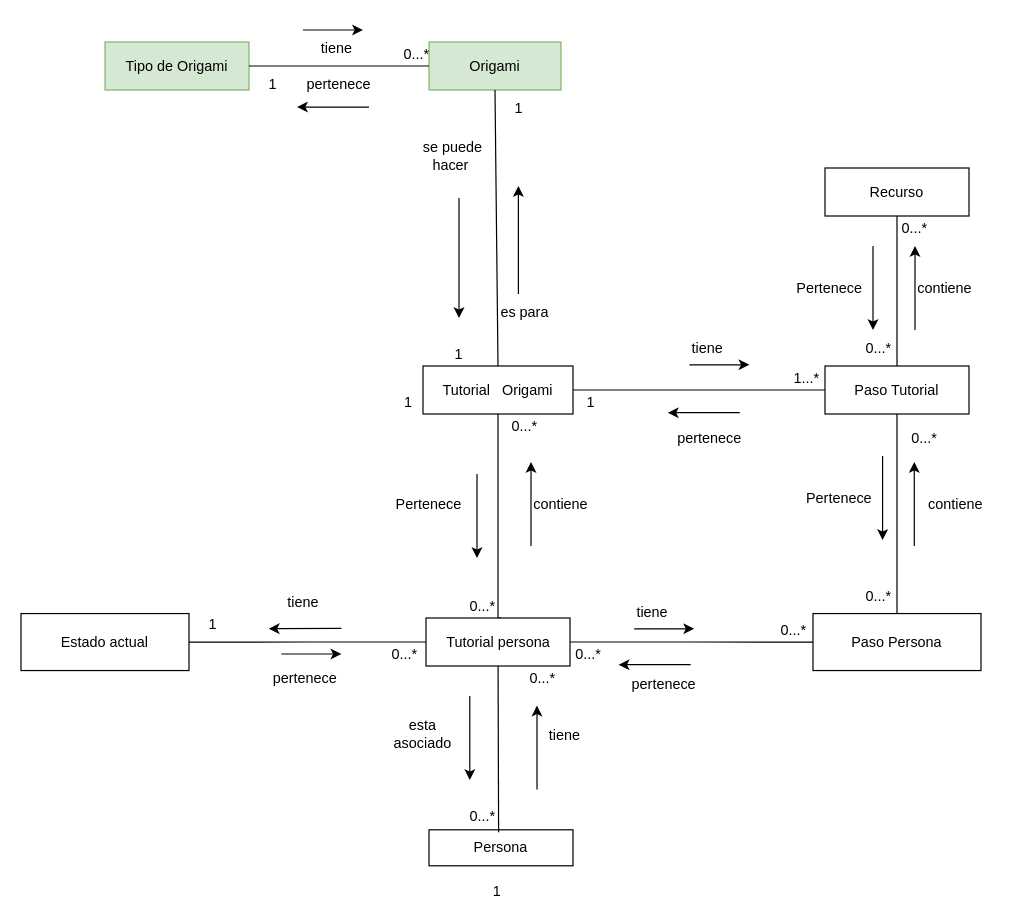
andrescastillo1996/documentacionMundoOrigami keeps this draw.io diagram as ModeloDeDominio3D.drawio. Above is the earlier version. Source tidied: cells renumbered, new cells numbered last; positions are measured from the earlier drawing's top-left corner, leaving out a move shared by most shapes. Both pictures are drawn from the tidied source at 120%, with x=0, y=0 at pixel (20, 30).
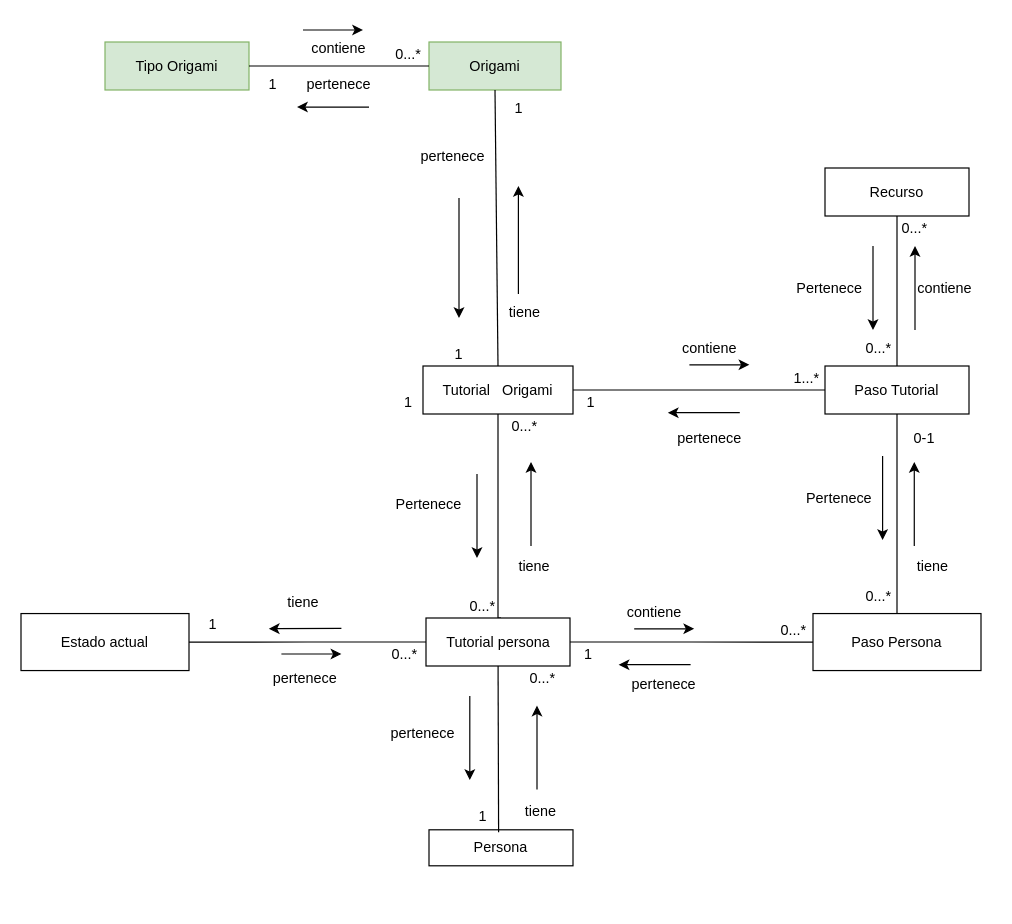
The same diagram, later.

What changed in the source:
```diff
@@
-    <mxCell id="2" value="1" style="text;html=1;strokeColor=none;fillColor=none;align=center;verticalAlign=middle;whiteSpace=wrap;rounded=0;" parent="1" vertex="1">
-      <mxGeometry x="382" y="708" width="30" height="20" as="geometry" />
-    </mxCell>
-    <mxCell id="3" value="Tipo de Origami" style="rounded=0;whiteSpace=wrap;html=1;fillColor=#d5e8d4;strokeColor=#82b366;" parent="1" vertex="1">
+    <mxCell id="3" value="Tipo Origami" style="rounded=0;whiteSpace=wrap;html=1;fillColor=#d5e8d4;strokeColor=#82b366;" parent="1" vertex="1">
       <mxGeometry x="70" y="9.5" width="120" height="40" as="geometry" />
     </mxCell>
@@
-    <mxCell id="15" value="tiene&amp;nbsp;" style="text;html=1;strokeColor=none;fillColor=none;align=center;verticalAlign=middle;whiteSpace=wrap;rounded=0;" parent="1" vertex="1">
+    <mxCell id="15" value="contiene" style="text;html=1;strokeColor=none;fillColor=none;align=center;verticalAlign=middle;whiteSpace=wrap;rounded=0;" parent="1" vertex="1">
       <mxGeometry x="235" y="-0.5" width="60" height="30" as="geometry" />
     </mxCell>
     <mxCell id="16" value="0...*" style="text;html=1;strokeColor=none;fillColor=none;align=center;verticalAlign=middle;whiteSpace=wrap;rounded=0;" parent="1" vertex="1">
-      <mxGeometry x="315" y="9.5" width="30" height="20" as="geometry" />
+      <mxGeometry x="307.5" y="9.5" width="30" height="20" as="geometry" />
     </mxCell>
@@
-    <mxCell id="20" value="es para" style="text;html=1;strokeColor=none;fillColor=none;align=center;verticalAlign=middle;whiteSpace=wrap;rounded=0;" parent="1" vertex="1">
+    <mxCell id="20" value="tiene" style="text;html=1;strokeColor=none;fillColor=none;align=center;verticalAlign=middle;whiteSpace=wrap;rounded=0;" parent="1" vertex="1">
       <mxGeometry x="390" y="219.5" width="60" height="30" as="geometry" />
     </mxCell>
@@
-    <mxCell id="22" value="se puede hacer&amp;nbsp;" style="text;html=1;strokeColor=none;fillColor=none;align=center;verticalAlign=middle;whiteSpace=wrap;rounded=0;" parent="1" vertex="1">
+    <mxCell id="22" value="pertenece" style="text;html=1;strokeColor=none;fillColor=none;align=center;verticalAlign=middle;whiteSpace=wrap;rounded=0;" parent="1" vertex="1">
       <mxGeometry x="330" y="94.5" width="60" height="20" as="geometry" />
     </mxCell>
@@
-    <mxCell id="26" value="esta asociado" style="text;html=1;strokeColor=none;fillColor=none;align=center;verticalAlign=middle;whiteSpace=wrap;rounded=0;" parent="1" vertex="1">
+    <mxCell id="26" value="pertenece" style="text;html=1;strokeColor=none;fillColor=none;align=center;verticalAlign=middle;whiteSpace=wrap;rounded=0;" parent="1" vertex="1">
       <mxGeometry x="305" y="571" width="60" height="30" as="geometry" />
     </mxCell>
     <mxCell id="27" value="tiene&amp;nbsp;" style="text;html=1;strokeColor=none;fillColor=none;align=center;verticalAlign=middle;whiteSpace=wrap;rounded=0;" parent="1" vertex="1">
-      <mxGeometry x="425" y="572.5" width="60" height="30" as="geometry" />
+      <mxGeometry x="405" y="636" width="60" height="30" as="geometry" />
     </mxCell>
@@
-    <mxCell id="38" value="contiene" style="text;html=1;strokeColor=none;fillColor=none;align=center;verticalAlign=middle;whiteSpace=wrap;rounded=0;" parent="1" vertex="1">
-      <mxGeometry x="420" y="379.5" width="60" height="30" as="geometry" />
+    <mxCell id="38" value="tiene" style="text;html=1;strokeColor=none;fillColor=none;align=center;verticalAlign=middle;whiteSpace=wrap;rounded=0;" parent="1" vertex="1">
+      <mxGeometry x="397.5" y="432" width="60" height="30" as="geometry" />
     </mxCell>
@@
-    <mxCell id="45" value="tiene&amp;nbsp;" style="text;html=1;strokeColor=none;fillColor=none;align=center;verticalAlign=middle;whiteSpace=wrap;rounded=0;" parent="1" vertex="1">
+    <mxCell id="45" value="contiene" style="text;html=1;strokeColor=none;fillColor=none;align=center;verticalAlign=middle;whiteSpace=wrap;rounded=0;" parent="1" vertex="1">
       <mxGeometry x="544" y="249.5" width="60" height="30" as="geometry" />
     </mxCell>
@@
-    <mxCell id="58" value="tiene&amp;nbsp;" style="text;html=1;strokeColor=none;fillColor=none;align=center;verticalAlign=middle;whiteSpace=wrap;rounded=0;" parent="1" vertex="1">
+    <mxCell id="58" value="contiene" style="text;html=1;strokeColor=none;fillColor=none;align=center;verticalAlign=middle;whiteSpace=wrap;rounded=0;" parent="1" vertex="1">
       <mxGeometry x="498" y="469.5" width="60" height="30" as="geometry" />
     </mxCell>
@@
-    <mxCell id="60" value="0...*" style="text;html=1;strokeColor=none;fillColor=none;align=center;verticalAlign=middle;whiteSpace=wrap;rounded=0;" parent="1" vertex="1">
+    <mxCell id="60" value="1" style="text;html=1;strokeColor=none;fillColor=none;align=center;verticalAlign=middle;whiteSpace=wrap;rounded=0;" parent="1" vertex="1">
       <mxGeometry x="457.5" y="509.5" width="30" height="20" as="geometry" />
     </mxCell>
@@
-    <mxCell id="64" value="contiene" style="text;html=1;strokeColor=none;fillColor=none;align=center;verticalAlign=middle;whiteSpace=wrap;rounded=0;" parent="1" vertex="1">
-      <mxGeometry x="748.5" y="379.5" width="60" height="30" as="geometry" />
+    <mxCell id="64" value="tiene" style="text;html=1;strokeColor=none;fillColor=none;align=center;verticalAlign=middle;whiteSpace=wrap;rounded=0;" parent="1" vertex="1">
+      <mxGeometry x="730" y="432" width="60" height="30" as="geometry" />
     </mxCell>
@@
-    <mxCell id="67" value="0...*" style="text;html=1;strokeColor=none;fillColor=none;align=center;verticalAlign=middle;whiteSpace=wrap;rounded=0;" parent="1" vertex="1">
+    <mxCell id="67" value="0-1" style="text;html=1;strokeColor=none;fillColor=none;align=center;verticalAlign=middle;whiteSpace=wrap;rounded=0;" parent="1" vertex="1">
       <mxGeometry x="738" y="329.5" width="30" height="20" as="geometry" />
     </mxCell>
@@
-    <mxCell id="76" value="0...*" style="text;html=1;strokeColor=none;fillColor=none;align=center;verticalAlign=middle;whiteSpace=wrap;rounded=0;" parent="1" vertex="1">
+    <mxCell id="76" value="1" style="text;html=1;strokeColor=none;fillColor=none;align=center;verticalAlign=middle;whiteSpace=wrap;rounded=0;" parent="1" vertex="1">
       <mxGeometry x="370" y="645" width="30" height="20" as="geometry" />
     </mxCell>
```
